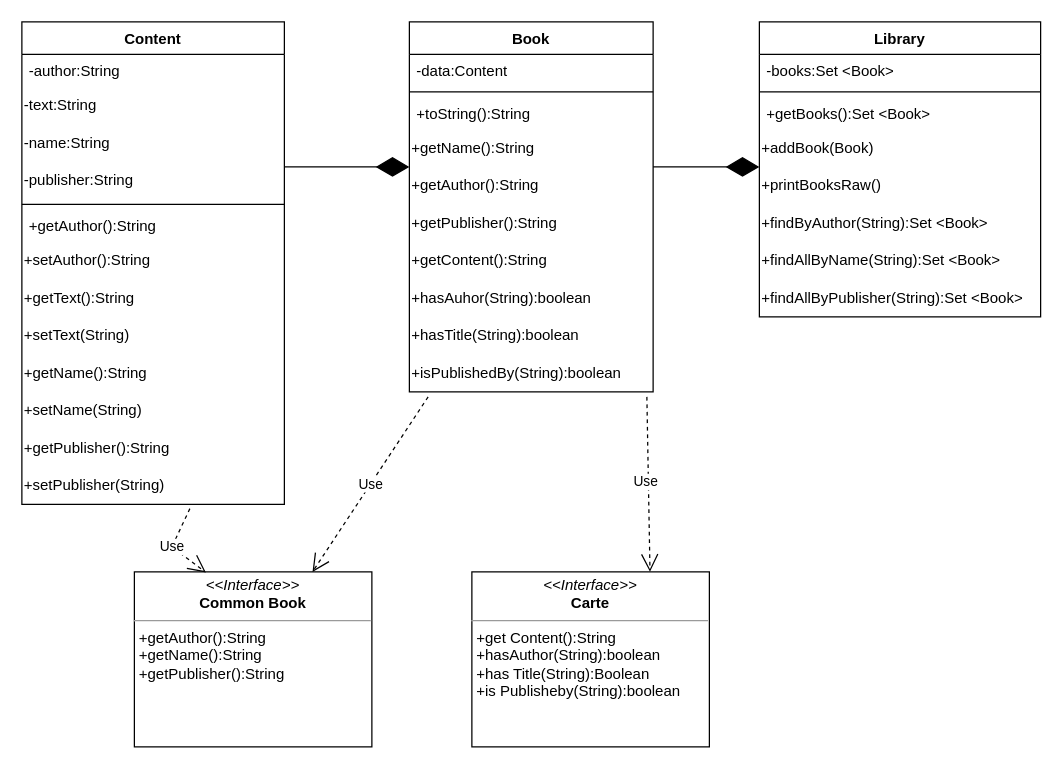
This is UML/Untitled Diagram.drawio from Mihai343/PP4, a draw.io file, before an edit. Source tidied: cells renumbered, new cells numbered last; positions are measured from the earlier drawing's top-left corner, leaving out a move shared by most shapes. Both pictures are drawn from the tidied source at 125%, with x=0, y=0 at pixel (21, 21).
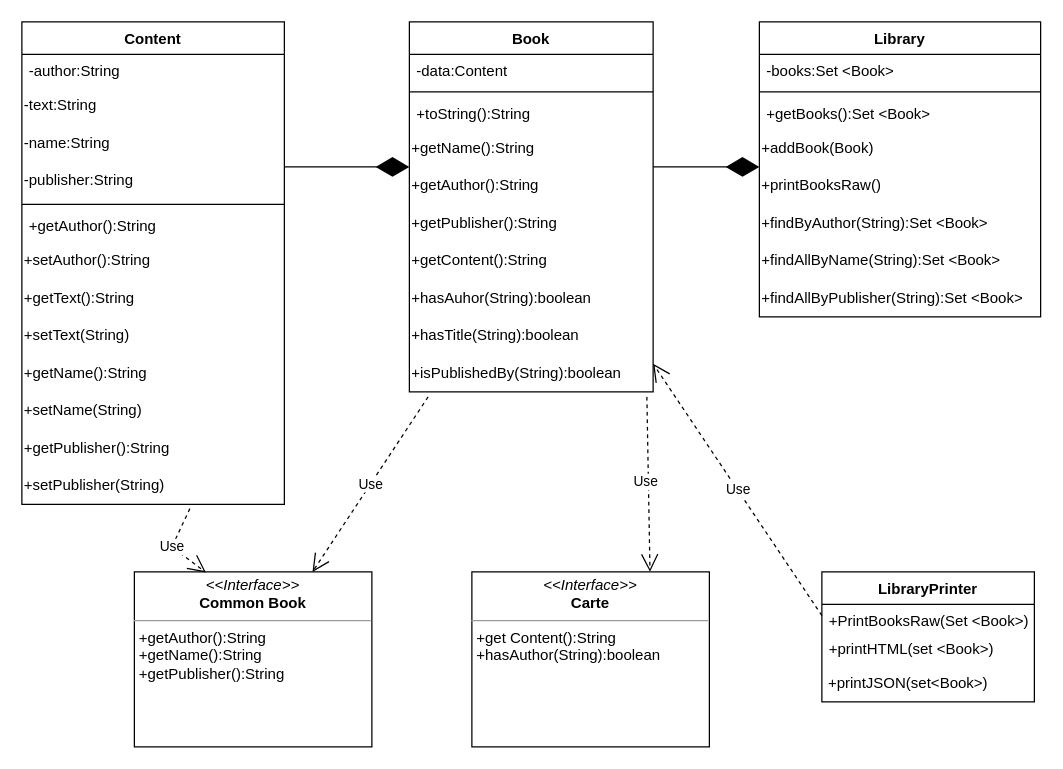
The same page after the edit.

The change refers to these unchanged cells:
```xml
<mxCell id="28" value="+isPublishedBy(String):boolean" style="text;html=1;strokeColor=none;fillColor=none;align=left;verticalAlign=middle;whiteSpace=wrap;rounded=0;" parent="18" vertex="1">
  <mxGeometry y="266" width="195" height="30" as="geometry" />
</mxCell>
```

Diff of the diagram source:
```diff
@@
-    <mxCell id="30" value="&lt;p style=&quot;margin:0px;margin-top:4px;text-align:center;&quot;&gt;&lt;i&gt;&amp;lt;&amp;lt;Interface&amp;gt;&amp;gt;&lt;/i&gt;&lt;br&gt;&lt;b&gt;Carte&lt;/b&gt;&lt;/p&gt;&lt;hr size=&quot;1&quot;&gt;&lt;p style=&quot;margin:0px;margin-left:4px;&quot;&gt;+get Content():String&lt;/p&gt;&lt;p style=&quot;margin:0px;margin-left:4px;&quot;&gt;&lt;span style=&quot;background-color: initial;&quot;&gt;+hasAuthor(String):boolean&lt;/span&gt;&lt;br&gt;&lt;/p&gt;&lt;p style=&quot;margin:0px;margin-left:4px;&quot;&gt;+has Title(String):Boolean&lt;/p&gt;&lt;p style=&quot;margin:0px;margin-left:4px;&quot;&gt;+is Publisheby(String):boolean&lt;/p&gt;&lt;p style=&quot;margin:0px;margin-left:4px;&quot;&gt;&lt;br&gt;&lt;/p&gt;" style="verticalAlign=top;align=left;overflow=fill;fontSize=12;fontFamily=Helvetica;html=1;whiteSpace=wrap;" parent="1" vertex="1">
+    <mxCell id="30" value="&lt;p style=&quot;margin:0px;margin-top:4px;text-align:center;&quot;&gt;&lt;i&gt;&amp;lt;&amp;lt;Interface&amp;gt;&amp;gt;&lt;/i&gt;&lt;br&gt;&lt;b&gt;Carte&lt;/b&gt;&lt;/p&gt;&lt;hr size=&quot;1&quot;&gt;&lt;p style=&quot;margin:0px;margin-left:4px;&quot;&gt;+get Content():String&lt;/p&gt;&lt;p style=&quot;margin:0px;margin-left:4px;&quot;&gt;&lt;span style=&quot;background-color: initial;&quot;&gt;+hasAuthor(String):boolean&lt;/span&gt;&lt;/p&gt;" style="verticalAlign=top;align=left;overflow=fill;fontSize=12;fontFamily=Helvetica;html=1;whiteSpace=wrap;" parent="1" vertex="1">
       <mxGeometry x="360" y="440" width="190" height="140" as="geometry" />
     </mxCell>
@@
+    <mxCell id="43" value="Use" style="endArrow=open;endSize=12;dashed=1;html=1;rounded=0;entryX=1;entryY=0.25;entryDx=0;entryDy=0;" parent="1" edge="1" target="28">
+      <mxGeometry relative="1" as="geometry">
+        <mxPoint x="640" y="475" as="sourcePoint" />
+      </mxGeometry>
+    </mxCell>
+    <mxCell id="44" value="LibraryPrinter" style="swimlane;fontStyle=1;align=center;verticalAlign=top;horizontal=1;startSize=26;whiteSpace=wrap;html=1;" parent="1" vertex="1">
+      <mxGeometry x="640" y="440" width="170" height="104" as="geometry" />
+    </mxCell>
+    <mxCell id="45" value="+PrintBooksRaw(Set &amp;lt;Book&amp;gt;)" style="text;strokeColor=none;fillColor=none;align=left;verticalAlign=top;spacingLeft=4;spacingRight=4;overflow=hidden;whiteSpace=wrap;html=1;" parent="44" vertex="1">
+      <mxGeometry y="26" width="170" height="22" as="geometry" />
+    </mxCell>
+    <mxCell id="46" value="+printHTML(set &amp;lt;Book&amp;gt;)" style="text;strokeColor=none;fillColor=none;align=left;verticalAlign=top;spacingLeft=4;spacingRight=4;overflow=hidden;whiteSpace=wrap;html=1;" parent="44" vertex="1">
+      <mxGeometry y="48" width="170" height="26" as="geometry" />
+    </mxCell>
+    <mxCell id="47" value="&amp;nbsp;+printJSON(set&amp;lt;Book&amp;gt;)" style="text;html=1;strokeColor=none;fillColor=none;align=left;verticalAlign=middle;whiteSpace=wrap;rounded=0;" parent="44" vertex="1">
+      <mxGeometry y="74" width="170" height="30" as="geometry" />
+    </mxCell>
```
